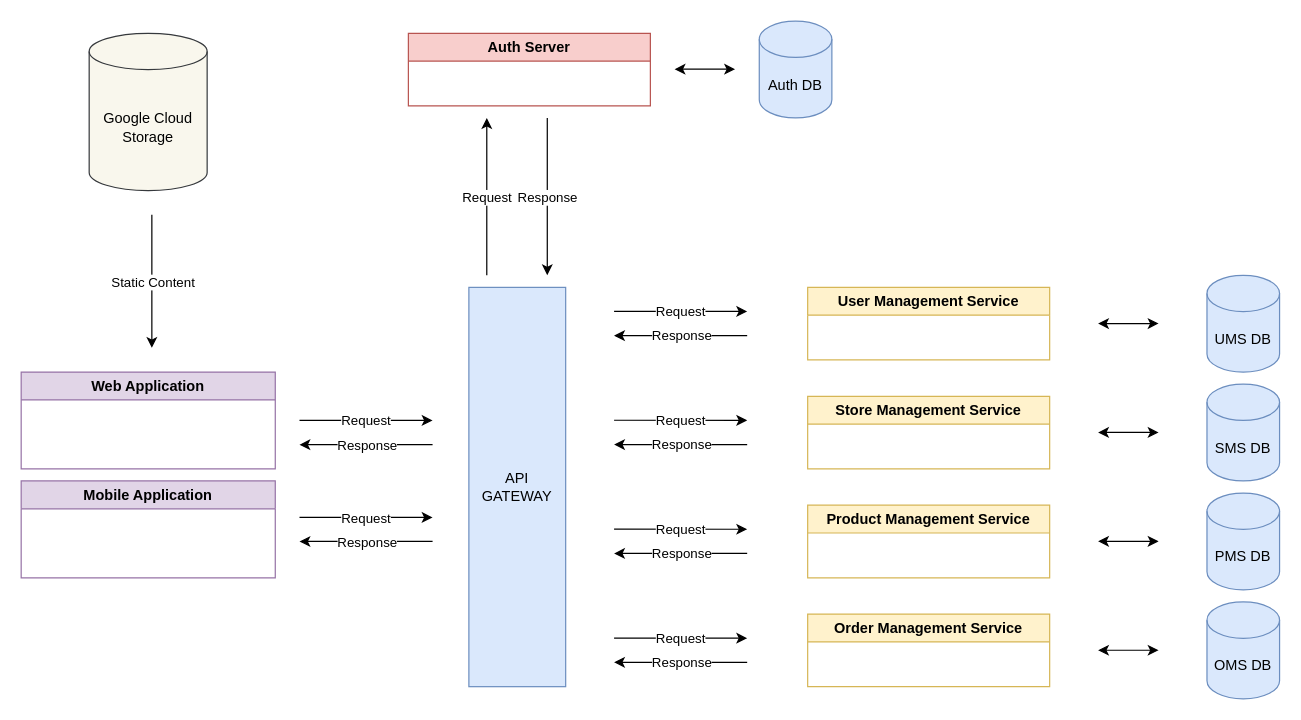
AlibekAltynbek/draw.io keeps this draw.io diagram as marketplace-diagram/MarketplaceApplication.drawio. Above is the earlier version. Source tidied: cells renumbered, new cells numbered last; positions are measured from the earlier drawing's top-left corner, leaving out a move shared by most shapes. Both pictures are drawn from the tidied source at 121%, with x=0, y=0 at pixel (21, 21).
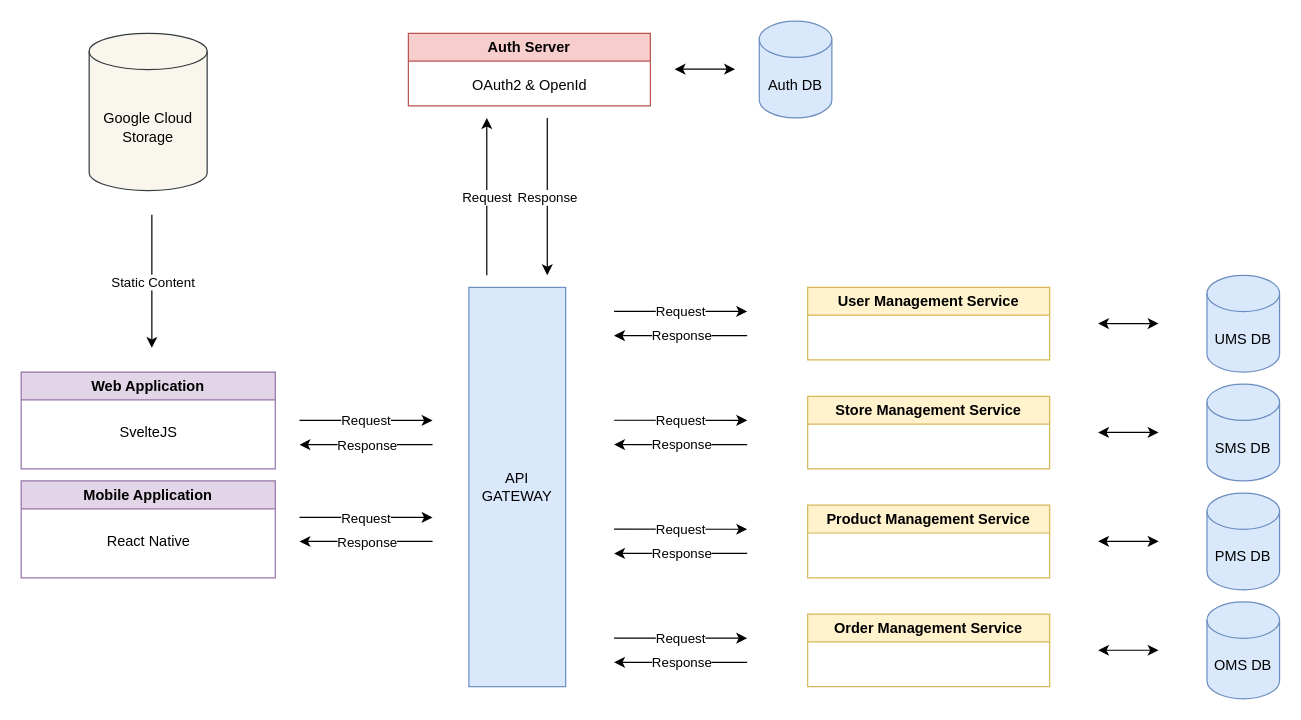
The same page after the edit.

The change refers to these unchanged cells:
```xml
<mxCell id="2" value="Web Application" style="swimlane;whiteSpace=wrap;html=1;fillColor=#e1d5e7;strokeColor=#9673a6;" parent="1" vertex="1">
  <mxGeometry y="290" width="210" height="80" as="geometry" />
</mxCell>
<mxCell id="3" value="Mobile Application" style="swimlane;whiteSpace=wrap;html=1;fillColor=#e1d5e7;strokeColor=#9673a6;" parent="1" vertex="1">
  <mxGeometry y="380" width="210" height="80" as="geometry" />
</mxCell>
```

What changed in the source:
```diff
@@
+    <mxCell id="51" value="SvelteJS" style="text;html=1;align=center;verticalAlign=middle;strokeColor=none;fillColor=none;" parent="2" vertex="1">
+      <mxGeometry x="70" y="35" width="70" height="30" as="geometry" />
+    </mxCell>
@@
+    <mxCell id="52" value="&lt;div&gt;React Native&lt;/div&gt;" style="text;html=1;align=center;verticalAlign=middle;strokeColor=none;fillColor=none;" parent="3" vertex="1">
+      <mxGeometry x="60" y="35" width="90" height="30" as="geometry" />
+    </mxCell>
@@
+    <mxCell id="53" value="OAuth2 &amp;amp; OpenId" style="text;html=1;align=center;verticalAlign=middle;strokeColor=none;fillColor=none;" parent="1" vertex="1">
+      <mxGeometry x="360" y="38" width="120" height="30" as="geometry" />
+    </mxCell>
```
